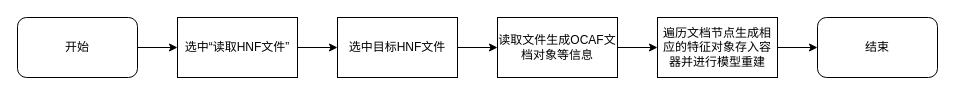
Before: HNF模型文件导入.drawio in liuhuliuhu123/First-test, a draw.io diagram. Source tidied: cells renumbered, new cells numbered last; positions are measured from the earlier drawing's top-left corner, leaving out a move shared by most shapes. Both pictures are drawn from the tidied source at 100%, with x=0, y=0 at pixel (17, 17).
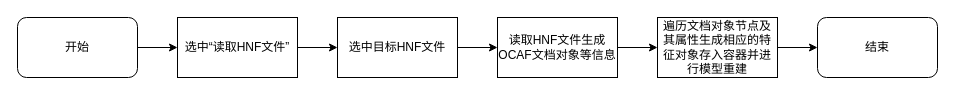
After the change.

Commit message (it also covers changes not shown here):
更新HNF模型文件导入.drawio

Change to the diagram source:
```diff
@@
 <mxGraphModel>
   <root>
     <mxCell id="0" />
     <mxCell id="1" parent="0" />
     <mxCell id="2" style="edgeStyle=orthogonalEdgeStyle;rounded=0;jettySize=auto;html=1;" parent="1" edge="1" source="3" target="5">
       <mxGeometry relative="1" as="geometry" />
     </mxCell>
     <mxCell id="3" value="开始" style="rounded=1;whiteSpace=wrap;html=1;" parent="1" vertex="1">
       <mxGeometry width="120" height="60" as="geometry" />
     </mxCell>
     <mxCell id="4" style="edgeStyle=orthogonalEdgeStyle;rounded=0;jettySize=auto;html=1;" parent="1" edge="1" source="5" target="7">
       <mxGeometry relative="1" as="geometry" />
     </mxCell>
     <mxCell id="5" value="选中“读取HNF文件”" style="rounded=0;whiteSpace=wrap;html=1;" parent="1" vertex="1">
       <mxGeometry x="160" width="120" height="60" as="geometry" />
     </mxCell>
     <mxCell id="6" style="edgeStyle=orthogonalEdgeStyle;rounded=0;jettySize=auto;html=1;" parent="1" edge="1" source="7" target="9">
       <mxGeometry relative="1" as="geometry" />
     </mxCell>
     <mxCell id="7" value="选中目标HNF文件" style="rounded=0;whiteSpace=wrap;html=1;" parent="1" vertex="1">
       <mxGeometry x="320" width="120" height="60" as="geometry" />
     </mxCell>
     <mxCell id="8" style="edgeStyle=orthogonalEdgeStyle;rounded=0;jettySize=auto;html=1;" parent="1" edge="1" source="9" target="11">
       <mxGeometry relative="1" as="geometry" />
     </mxCell>
-    <mxCell id="9" value="读取文件生成OCAF文档对象等信息" style="rounded=0;whiteSpace=wrap;html=1;" parent="1" vertex="1">
+    <mxCell id="9" value="读取HNF文件生成OCAF文档对象等信息" style="rounded=0;whiteSpace=wrap;html=1;" parent="1" vertex="1">
       <mxGeometry x="480" width="120" height="60" as="geometry" />
     </mxCell>
     <mxCell id="10" style="edgeStyle=orthogonalEdgeStyle;rounded=0;jettySize=auto;html=1;entryX=0;entryY=0.5;entryDx=0;entryDy=0;" parent="1" edge="1" source="11" target="12">
       <mxGeometry relative="1" as="geometry" />
     </mxCell>
-    <mxCell id="11" value="遍历文档节点生成相应的特征对象存入容器并进行模型重建" style="whiteSpace=wrap;html=1;rounded=0;" parent="1" vertex="1">
+    <mxCell id="11" value="遍历文档对象节点及其属性生成相应的特征对象存入容器并进行模型重建" style="whiteSpace=wrap;html=1;rounded=0;" parent="1" vertex="1">
       <mxGeometry x="640" width="120" height="60" as="geometry" />
     </mxCell>
     <mxCell id="12" value="结束" style="rounded=1;whiteSpace=wrap;html=1;" parent="1" vertex="1">
       <mxGeometry x="800" width="120" height="60" as="geometry" />
     </mxCell>
   </root>
 </mxGraphModel>
```
